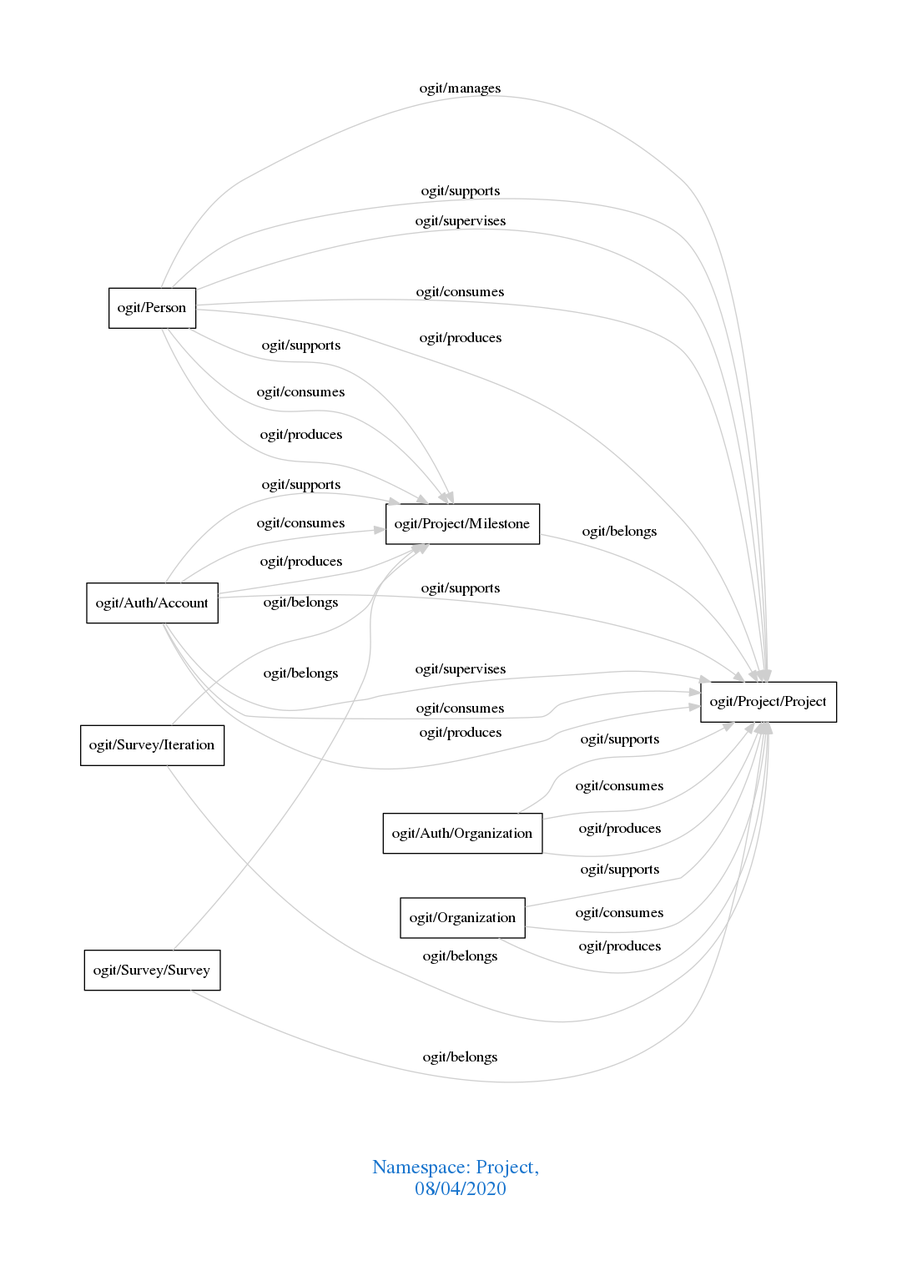
arago/OGIT keeps this Graphviz diagram as downloads/Project.png. Above is the earlier version. Its source is kept beside it as downloads/Project.dot.
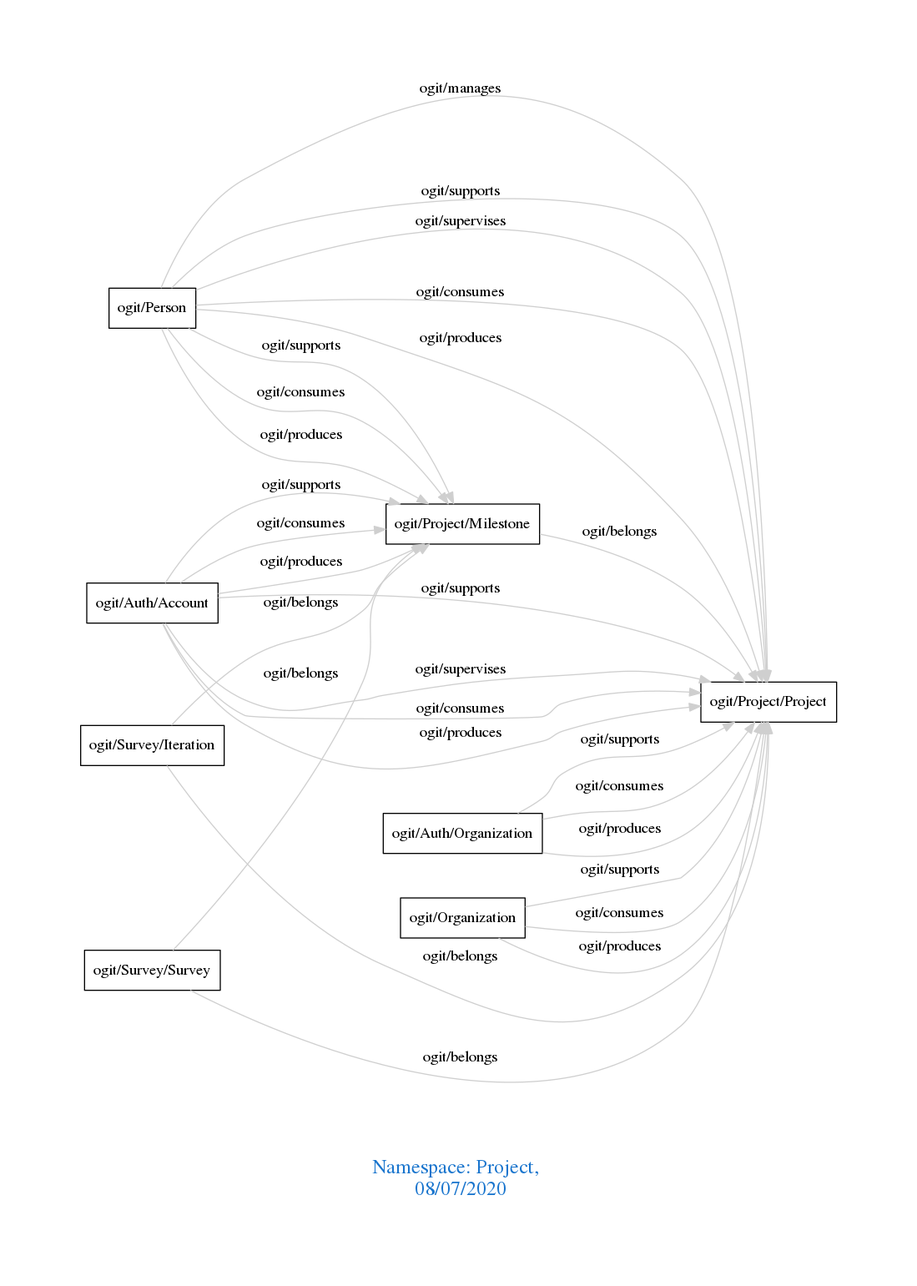
After the commit.

The edit, as a diff of the source:
```diff
@@ -1,7 +1,7 @@
 digraph OGIT_ontology {
  graph [ rankdir= LR,pad=1
 fontsize = 18,
-fontcolor= dodgerblue3,label = "\n\n\nNamespace: Project, \n 08/04/2020"];
+fontcolor= dodgerblue3,label = "\n\n\nNamespace: Project, \n 08/07/2020"];
 node[shape=polygon];
 edge [  color="gray81"];
 
```
